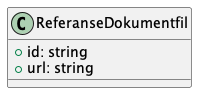
The PlantUML diagram Dokumentasjon/V1/ClassDiagrams/no.ks.fiks.saksfaser.v1.felles.referansedokumentfil/classdiagram.png in ks-no/fiks-saksfaser-specification, before a commit. Source of this version:
```plantuml
@startuml

class ReferanseDokumentfil {
    +id: string
    +url: string
}

@enduml
```
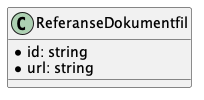
Later version of the same file.

What changed in the source:
```diff
@@ -1,8 +1,8 @@
 @startuml
 
 class ReferanseDokumentfil {
-    +id: string
-    +url: string
+    *id: string
+    *url: string
 }
 
 @enduml
```
